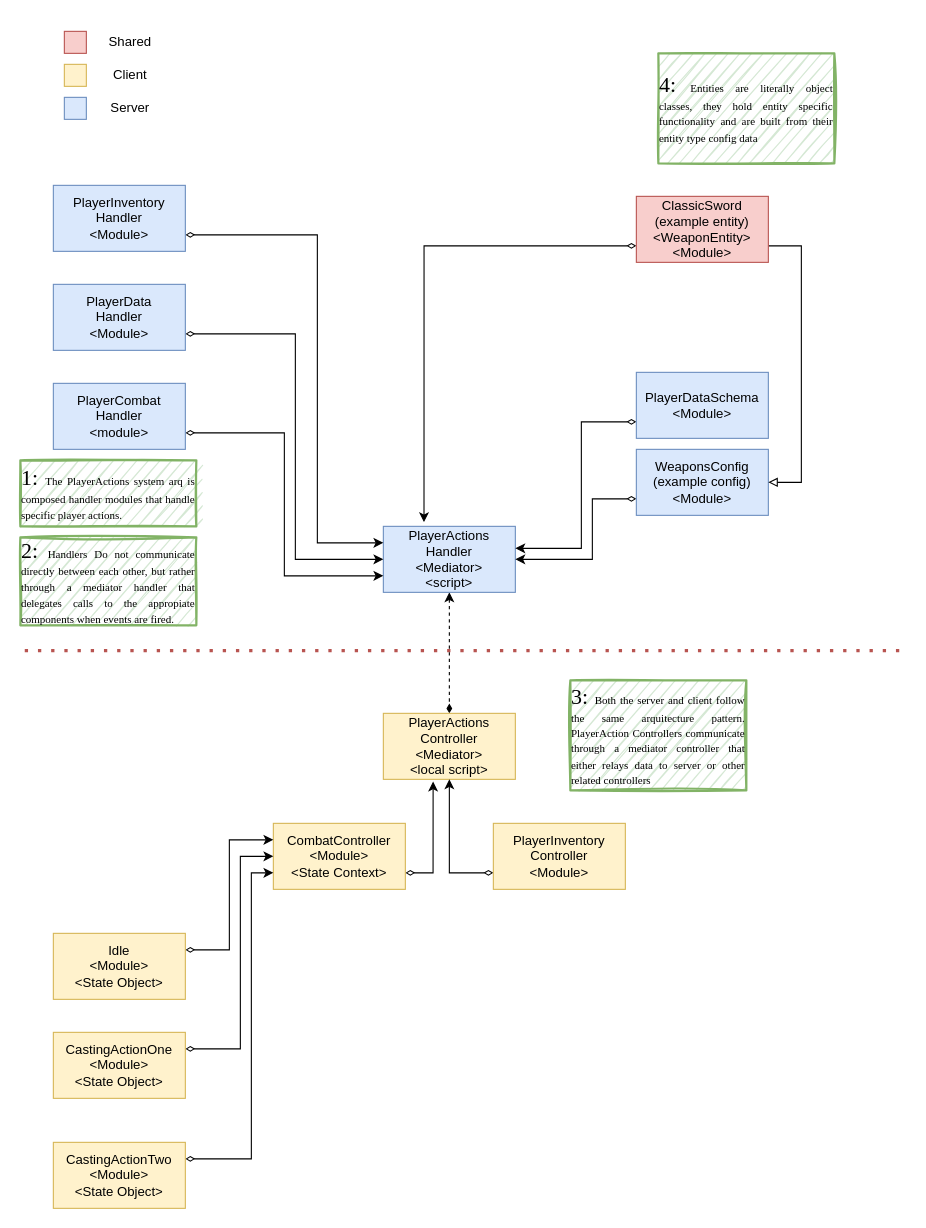
Above: Docs/PlayerInventory Arq..drawio in CluelessD3v/voldexGame (draw.io), before the change. Source tidied: cells renumbered, new cells numbered last; positions are measured from the earlier drawing's top-left corner, leaving out a move shared by most shapes. Both pictures are drawn from the tidied source at 110%, with x=0, y=0 at pixel (20, 31).
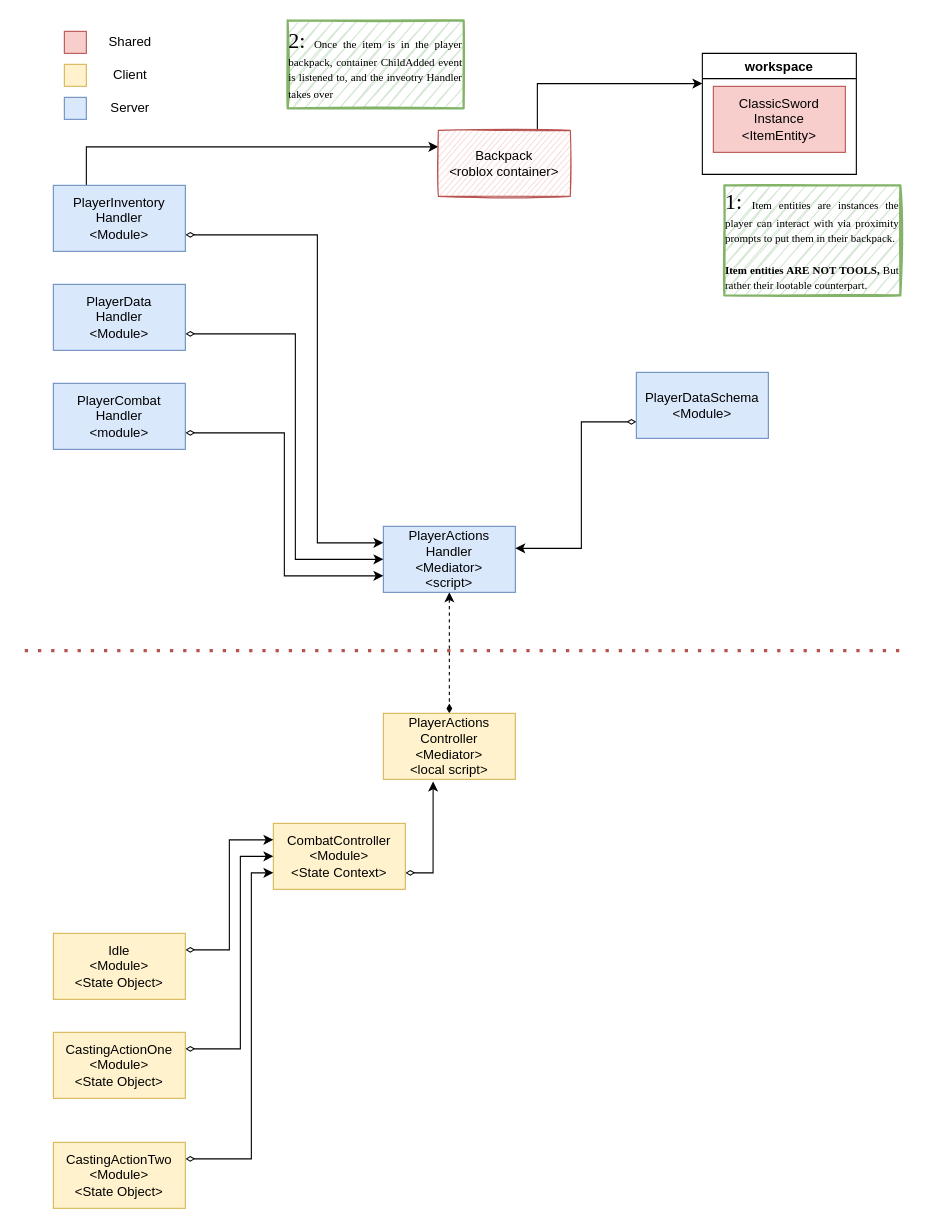
The same page after the edit.

Commit message (it also covers changes not shown here):
Add LootableItems & ToolItems config modules

Unchanged cells that the change refers to:
```xml
<mxCell id="4" value="PlayerActions&lt;br&gt;Handler&lt;br&gt;&amp;lt;Mediator&amp;gt;&lt;br&gt;&amp;lt;script&amp;gt;" style="rounded=0;whiteSpace=wrap;html=1;fillColor=#dae8fc;strokeColor=#6c8ebf;" parent="1" vertex="1">
  <mxGeometry x="330" y="450" width="120" height="60" as="geometry" />
</mxCell>
<mxCell id="5" value="PlayerActions&lt;br&gt;Controller&lt;br&gt;&amp;lt;Mediator&amp;gt;&lt;br&gt;&amp;lt;local script&amp;gt;" style="rounded=0;whiteSpace=wrap;html=1;fillColor=#fff2cc;strokeColor=#d6b656;" parent="1" vertex="1">
  <mxGeometry x="330" y="620" width="120" height="60" as="geometry" />
</mxCell>
<mxCell id="26" value="PlayerInventory&lt;br&gt;Handler&lt;br&gt;&amp;lt;Module&amp;gt;" style="rounded=0;whiteSpace=wrap;html=1;fillColor=#dae8fc;strokeColor=#6c8ebf;" parent="1" vertex="1">
  <mxGeometry x="30" y="140" width="120" height="60" as="geometry" />
</mxCell>
```

What changed in the source:
```diff
@@
-    <mxCell id="20" style="edgeStyle=orthogonalEdgeStyle;rounded=0;jettySize=auto;html=1;exitX=0;exitY=0.75;exitDx=0;exitDy=0;entryX=1;entryY=0.5;entryDx=0;entryDy=0;startArrow=diamondThin;startFill=0;" parent="1" edge="1" source="21" target="4">
-      <mxGeometry relative="1" as="geometry">
-        <Array as="points">
-          <mxPoint x="520" y="425" />
-          <mxPoint x="520" y="480" />
-        </Array>
-      </mxGeometry>
-    </mxCell>
-    <mxCell id="21" value="WeaponsConfig&lt;br&gt;(example config)&lt;br&gt;&amp;lt;Module&amp;gt;" style="rounded=0;whiteSpace=wrap;html=1;fillColor=#dae8fc;strokeColor=#6c8ebf;" parent="1" vertex="1">
-      <mxGeometry x="560" y="380" width="120" height="60" as="geometry" />
-    </mxCell>
-    <mxCell id="22" style="edgeStyle=orthogonalEdgeStyle;rounded=0;jettySize=auto;html=1;exitX=1;exitY=0.75;exitDx=0;exitDy=0;entryX=1;entryY=0.5;entryDx=0;entryDy=0;startArrow=none;startFill=0;endArrow=block;endFill=0;" parent="1" edge="1" source="24" target="21">
-      <mxGeometry relative="1" as="geometry">
-        <Array as="points">
-          <mxPoint x="710" y="195" />
-          <mxPoint x="710" y="410" />
-        </Array>
-      </mxGeometry>
-    </mxCell>
-    <mxCell id="23" style="edgeStyle=orthogonalEdgeStyle;rounded=0;jettySize=auto;html=1;exitX=0;exitY=0.75;exitDx=0;exitDy=0;entryX=0.308;entryY=-0.064;entryDx=0;entryDy=0;entryPerimeter=0;startArrow=diamondThin;startFill=0;endArrow=classic;endFill=1;" parent="1" edge="1" source="24" target="4">
-      <mxGeometry relative="1" as="geometry" />
-    </mxCell>
-    <mxCell id="24" value="ClassicSword&lt;br&gt;(example entity)&lt;br&gt;&amp;lt;WeaponEntity&amp;gt;&lt;br&gt;&amp;lt;Module&amp;gt;" style="rounded=0;whiteSpace=wrap;html=1;fillColor=#f8cecc;strokeColor=#b85450;" parent="1" vertex="1">
-      <mxGeometry x="560" y="150" width="120" height="60" as="geometry" />
-    </mxCell>
@@
+    <mxCell id="39" style="edgeStyle=orthogonalEdgeStyle;rounded=0;jettySize=auto;html=1;exitX=0.25;exitY=0;exitDx=0;exitDy=0;entryX=0;entryY=0.25;entryDx=0;entryDy=0;" parent="1" edge="1" source="26" target="44">
+      <mxGeometry relative="1" as="geometry" />
+    </mxCell>
@@
-    <mxCell id="33" style="edgeStyle=orthogonalEdgeStyle;rounded=0;jettySize=auto;html=1;exitX=0;exitY=0.75;exitDx=0;exitDy=0;entryX=0.5;entryY=1;entryDx=0;entryDy=0;startArrow=diamondThin;startFill=0;endArrow=classic;endFill=1;" parent="1" edge="1" source="34" target="5">
-      <mxGeometry relative="1" as="geometry" />
-    </mxCell>
-    <mxCell id="34" value="PlayerInventory&lt;br&gt;Controller&lt;br&gt;&amp;lt;Module&amp;gt;" style="rounded=0;whiteSpace=wrap;html=1;fillColor=#fff2cc;strokeColor=#d6b656;" parent="1" vertex="1">
-      <mxGeometry x="430" y="720" width="120" height="60" as="geometry" />
-    </mxCell>
-    <mxCell id="35" value="&lt;div style=&quot;text-align: justify&quot;&gt;&lt;font face=&quot;Times New Roman&quot;&gt;&lt;span style=&quot;font-size: 20px&quot;&gt;1: &lt;/span&gt;&lt;span&gt;&lt;font style=&quot;font-size: 10px&quot;&gt;The PlayerActions system arq is composed handler modules that handle specific player actions.&lt;br&gt;&lt;/font&gt;&lt;/span&gt;&lt;/font&gt;&lt;/div&gt;" style="text;html=1;strokeColor=#82b366;fillColor=#d5e8d4;align=center;verticalAlign=middle;whiteSpace=wrap;rounded=0;sketch=1;strokeWidth=2;" parent="1" vertex="1">
-      <mxGeometry y="390" width="160" height="60" as="geometry" />
-    </mxCell>
-    <mxCell id="36" value="&lt;div style=&quot;text-align: justify&quot;&gt;&lt;font face=&quot;Times New Roman&quot;&gt;&lt;span style=&quot;font-size: 20px&quot;&gt;2: &lt;/span&gt;&lt;span&gt;&lt;font style=&quot;font-size: 10px&quot;&gt;Handlers Do not communicate directly between each other, but rather through a mediator handler that delegates calls to the appropiate components when events are fired.&lt;br&gt;&lt;/font&gt;&lt;/span&gt;&lt;/font&gt;&lt;/div&gt;" style="text;html=1;strokeColor=#82b366;fillColor=#d5e8d4;align=center;verticalAlign=middle;whiteSpace=wrap;rounded=0;sketch=1;strokeWidth=2;" parent="1" vertex="1">
-      <mxGeometry y="460" width="160" height="80" as="geometry" />
-    </mxCell>
-    <mxCell id="37" value="&lt;div style=&quot;text-align: justify&quot;&gt;&lt;font face=&quot;Times New Roman&quot;&gt;&lt;span style=&quot;font-size: 20px&quot;&gt;3: &lt;/span&gt;&lt;span&gt;&lt;font style=&quot;font-size: 10px&quot;&gt;Both the server and client follow the same arquitecture pattern. PlayerAction Controllers communicate through a mediator controller that either relays data to server or other related controllers&lt;br&gt;&lt;/font&gt;&lt;/span&gt;&lt;/font&gt;&lt;/div&gt;" style="text;html=1;strokeColor=#82b366;fillColor=#d5e8d4;align=center;verticalAlign=middle;whiteSpace=wrap;rounded=0;sketch=1;strokeWidth=2;" parent="1" vertex="1">
-      <mxGeometry x="500" y="590" width="160" height="100" as="geometry" />
-    </mxCell>
-    <mxCell id="38" value="&lt;div style=&quot;text-align: justify&quot;&gt;&lt;font face=&quot;Times New Roman&quot;&gt;&lt;span style=&quot;font-size: 20px&quot;&gt;4: &lt;/span&gt;&lt;span&gt;&lt;font style=&quot;font-size: 10px&quot;&gt;Entities are literally object classes, they hold entity specific functionality and are built from their entity type config data&lt;br&gt;&lt;/font&gt;&lt;/span&gt;&lt;/font&gt;&lt;/div&gt;" style="text;html=1;strokeColor=#82b366;fillColor=#d5e8d4;align=center;verticalAlign=middle;whiteSpace=wrap;rounded=0;sketch=1;strokeWidth=2;" parent="1" vertex="1">
-      <mxGeometry x="580" y="20" width="160" height="100" as="geometry" />
+    <mxCell id="38" value="&lt;div style=&quot;text-align: justify&quot;&gt;&lt;font face=&quot;Times New Roman&quot;&gt;&lt;span style=&quot;font-size: 20px&quot;&gt;1:&amp;nbsp;&lt;/span&gt;&lt;font style=&quot;font-size: 10px&quot;&gt;Item entities are instances the player can interact with via proximity prompts to put them in their backpack.&lt;br&gt;&lt;br&gt;&lt;b&gt;Item entities ARE NOT TOOLS,&lt;/b&gt;&amp;nbsp;But rather their lootable counterpart.&lt;br&gt;&lt;/font&gt;&lt;/font&gt;&lt;/div&gt;" style="text;html=1;strokeColor=#82b366;fillColor=#d5e8d4;align=center;verticalAlign=middle;whiteSpace=wrap;rounded=0;sketch=1;strokeWidth=2;" parent="1" vertex="1">
+      <mxGeometry x="640" y="140" width="160" height="100" as="geometry" />
     </mxCell>
+    <mxCell id="40" value="workspace" style="swimlane;" parent="1" vertex="1">
+      <mxGeometry x="620" y="20" width="140" height="110" as="geometry" />
+    </mxCell>
+    <mxCell id="41" value="ClassicSword Instance&lt;br&gt;&amp;lt;ItemEntity&amp;gt;" style="rounded=0;whiteSpace=wrap;html=1;fillColor=#f8cecc;strokeColor=#b85450;" parent="40" vertex="1">
+      <mxGeometry x="10" y="30" width="120" height="60" as="geometry" />
+    </mxCell>
+    <mxCell id="42" value="&lt;div style=&quot;text-align: justify&quot;&gt;&lt;font face=&quot;Times New Roman&quot;&gt;&lt;span style=&quot;font-size: 20px&quot;&gt;2: &lt;/span&gt;&lt;span style=&quot;font-size: 10px&quot;&gt;Once the item is in the player backpack, container ChildAdded event is listened to, and the inveotry Handler takes over&lt;/span&gt;&lt;/font&gt;&lt;/div&gt;" style="text;html=1;strokeColor=#82b366;fillColor=#d5e8d4;align=center;verticalAlign=middle;whiteSpace=wrap;rounded=0;sketch=1;strokeWidth=2;" parent="1" vertex="1">
+      <mxGeometry x="243" y="-10" width="160" height="80" as="geometry" />
+    </mxCell>
+    <mxCell id="43" style="edgeStyle=orthogonalEdgeStyle;rounded=0;jettySize=auto;html=1;exitX=0.75;exitY=0;exitDx=0;exitDy=0;entryX=0;entryY=0.25;entryDx=0;entryDy=0;" parent="1" edge="1" source="44" target="40">
+      <mxGeometry relative="1" as="geometry" />
+    </mxCell>
+    <mxCell id="44" value="Backpack&lt;br&gt;&amp;lt;roblox container&amp;gt;" style="rounded=0;whiteSpace=wrap;html=1;sketch=1;fillColor=#f8cecc;strokeColor=#b85450;" parent="1" vertex="1">
+      <mxGeometry x="380" y="90" width="120" height="60" as="geometry" />
+    </mxCell>
```
